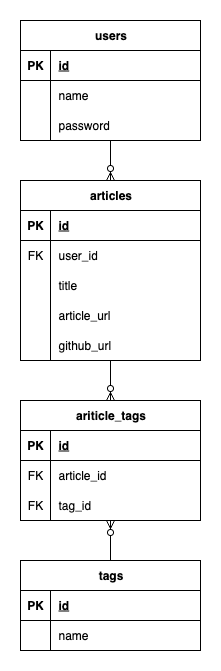
kazuma0617/aplus keeps this draw.io diagram as docs/images/aplus.drawio.png. Above is the earlier version. Source tidied: cells renumbered, new cells last; positions are measured from the earlier drawing's top-left corner, leaving out a move shared by most shapes.
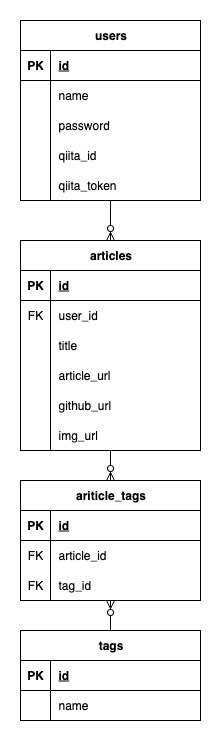
The same file after the commit.

Change to the diagram source:
```diff
@@ -3,7 +3,7 @@
     <mxCell id="0" />
     <mxCell id="1" parent="0" />
     <mxCell id="2" value="users" style="shape=table;startSize=30;rowLines=0;fontStyle=1;align=center;html=1;" parent="1" vertex="1">
-      <mxGeometry width="180" height="120" as="geometry" />
+      <mxGeometry y="-60" width="180" height="180" as="geometry" />
     </mxCell>
     <mxCell id="3" style="shape=tableRow;horizontal=0;startSize=0;swimlaneHead=0;swimlaneBody=0;fillColor=none;top=0;left=0;right=0;bottom=1;" parent="2" vertex="1">
       <mxGeometry y="30" width="180" height="30" as="geometry" />
@@ -32,8 +32,26 @@
     <mxCell id="11" value="password" style="shape=partialRectangle;fillColor=none;top=0;left=0;bottom=0;right=0;align=left;spacingLeft=6;overflow=hidden;whiteSpace=wrap;html=1;" parent="9" vertex="1">
       <mxGeometry x="30" width="150" height="30" as="geometry" />
     </mxCell>
+    <mxCell id="48" style="shape=tableRow;horizontal=0;startSize=0;swimlaneHead=0;swimlaneBody=0;fillColor=none;top=0;left=0;right=0;bottom=0;" parent="2" vertex="1">
+      <mxGeometry y="120" width="180" height="30" as="geometry" />
+    </mxCell>
+    <mxCell id="49" style="shape=partialRectangle;fillColor=none;top=0;left=0;bottom=0;right=0;overflow=hidden;whiteSpace=wrap;html=1;" parent="48" vertex="1">
+      <mxGeometry width="30" height="30" as="geometry" />
+    </mxCell>
+    <mxCell id="50" value="qiita_id" style="shape=partialRectangle;fillColor=none;top=0;left=0;bottom=0;right=0;align=left;spacingLeft=6;overflow=hidden;whiteSpace=wrap;html=1;" parent="48" vertex="1">
+      <mxGeometry x="30" width="150" height="30" as="geometry" />
+    </mxCell>
+    <mxCell id="51" style="shape=tableRow;horizontal=0;startSize=0;swimlaneHead=0;swimlaneBody=0;fillColor=none;top=0;left=0;right=0;bottom=0;" parent="2" vertex="1">
+      <mxGeometry y="150" width="180" height="30" as="geometry" />
+    </mxCell>
+    <mxCell id="52" style="shape=partialRectangle;fillColor=none;top=0;left=0;bottom=0;right=0;overflow=hidden;whiteSpace=wrap;html=1;" parent="51" vertex="1">
+      <mxGeometry width="30" height="30" as="geometry" />
+    </mxCell>
+    <mxCell id="53" value="qiita_token" style="shape=partialRectangle;fillColor=none;top=0;left=0;bottom=0;right=0;align=left;spacingLeft=6;overflow=hidden;whiteSpace=wrap;html=1;" parent="51" vertex="1">
+      <mxGeometry x="30" width="150" height="30" as="geometry" />
+    </mxCell>
     <mxCell id="12" value="articles" style="shape=table;startSize=30;rowLines=0;fontStyle=1;align=center;html=1;" parent="1" vertex="1">
-      <mxGeometry y="160" width="180" height="180" as="geometry" />
+      <mxGeometry y="160" width="180" height="210" as="geometry" />
     </mxCell>
     <mxCell id="13" style="shape=tableRow;horizontal=0;startSize=0;swimlaneHead=0;swimlaneBody=0;fillColor=none;top=0;left=0;right=0;bottom=1;" parent="12" vertex="1">
       <mxGeometry y="30" width="180" height="30" as="geometry" />
@@ -80,8 +98,17 @@
     <mxCell id="27" value="github_url" style="shape=partialRectangle;fillColor=none;top=0;left=0;bottom=0;right=0;align=left;spacingLeft=6;overflow=hidden;whiteSpace=wrap;html=1;" parent="25" vertex="1">
       <mxGeometry x="30" width="150" height="30" as="geometry" />
     </mxCell>
+    <mxCell id="54" style="shape=tableRow;horizontal=0;startSize=0;swimlaneHead=0;swimlaneBody=0;fillColor=none;top=0;left=0;right=0;bottom=0;" parent="12" vertex="1">
+      <mxGeometry y="180" width="180" height="30" as="geometry" />
+    </mxCell>
+    <mxCell id="55" style="shape=partialRectangle;fillColor=none;top=0;left=0;bottom=0;right=0;overflow=hidden;whiteSpace=wrap;html=1;" parent="54" vertex="1">
+      <mxGeometry width="30" height="30" as="geometry" />
+    </mxCell>
+    <mxCell id="56" value="img_url" style="shape=partialRectangle;fillColor=none;top=0;left=0;bottom=0;right=0;align=left;spacingLeft=6;overflow=hidden;whiteSpace=wrap;html=1;" parent="54" vertex="1">
+      <mxGeometry x="30" width="150" height="30" as="geometry" />
+    </mxCell>
     <mxCell id="28" value="tags" style="shape=table;startSize=30;rowLines=0;fontStyle=1;align=center;html=1;" parent="1" vertex="1">
-      <mxGeometry y="540" width="180" height="90" as="geometry" />
+      <mxGeometry y="550" width="180" height="90" as="geometry" />
     </mxCell>
     <mxCell id="29" style="shape=tableRow;horizontal=0;startSize=0;swimlaneHead=0;swimlaneBody=0;fillColor=none;top=0;left=0;right=0;bottom=1;" parent="28" vertex="1">
       <mxGeometry y="30" width="180" height="30" as="geometry" />
@@ -102,7 +129,7 @@
       <mxGeometry x="30" width="150" height="30" as="geometry" />
     </mxCell>
     <mxCell id="35" value="ariticle_tags" style="shape=table;startSize=30;rowLines=0;fontStyle=1;align=center;html=1;" parent="1" vertex="1">
-      <mxGeometry y="380" width="180" height="120" as="geometry" />
+      <mxGeometry y="400" width="180" height="120" as="geometry" />
     </mxCell>
     <mxCell id="36" style="shape=tableRow;horizontal=0;startSize=0;swimlaneHead=0;swimlaneBody=0;fillColor=none;top=0;left=0;right=0;bottom=1;" parent="35" vertex="1">
       <mxGeometry y="30" width="180" height="30" as="geometry" />
```
